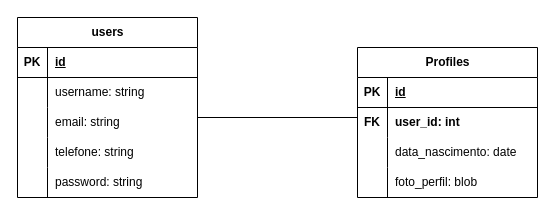
This is DiagramaDB.drawio from manuely32/Diagramas, a draw.io file, before an edit. Source tidied: cells renumbered, new cells numbered last; positions are measured from the earlier drawing's top-left corner, leaving out a move shared by most shapes. Both pictures are drawn from the tidied source at 100%, with x=0, y=0 at pixel (17, 17).
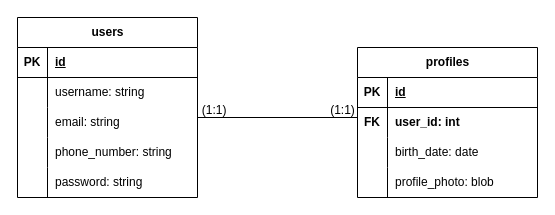
Above is the later version.

Unchanged cells that the change refers to:
```xml
<mxCell id="12" style="shape=tableRow;horizontal=0;startSize=0;swimlaneHead=0;swimlaneBody=0;fillColor=none;top=0;left=0;right=0;bottom=0;" parent="2" vertex="1">
  <mxGeometry y="120" width="180" height="30" as="geometry" />
</mxCell>
<mxCell id="25" style="shape=tableRow;horizontal=0;startSize=0;swimlaneHead=0;swimlaneBody=0;fillColor=none;top=0;left=0;right=0;bottom=0;" parent="18" vertex="1">
  <mxGeometry y="90" width="180" height="30" as="geometry" />
</mxCell>
<mxCell id="28" style="shape=tableRow;horizontal=0;startSize=0;swimlaneHead=0;swimlaneBody=0;fillColor=none;top=0;left=0;right=0;bottom=0;" parent="18" vertex="1">
  <mxGeometry y="120" width="180" height="30" as="geometry" />
</mxCell>
```

Diff of the diagram source:
```diff
@@
-    <mxCell id="14" value="telefone: string" style="shape=partialRectangle;fillColor=none;top=0;left=0;bottom=0;right=0;align=left;spacingLeft=6;overflow=hidden;whiteSpace=wrap;html=1;" parent="12" vertex="1">
+    <mxCell id="14" value="phone_number: string" style="shape=partialRectangle;fillColor=none;top=0;left=0;bottom=0;right=0;align=left;spacingLeft=6;overflow=hidden;whiteSpace=wrap;html=1;" parent="12" vertex="1">
       <mxGeometry x="30" width="150" height="30" as="geometry" />
     </mxCell>
@@
-    <mxCell id="18" value="Profiles" style="shape=table;startSize=30;childLayout=tableLayout;rowLines=0;fontStyle=1;align=center;html=1;" parent="1" vertex="1">
+    <mxCell id="18" value="profiles" style="shape=table;startSize=30;childLayout=tableLayout;rowLines=0;fontStyle=1;align=center;html=1;" parent="1" vertex="1">
       <mxGeometry x="340" y="30" width="180" height="150" as="geometry" />
     </mxCell>
@@
-    <mxCell id="27" value="data_nascimento: date" style="shape=partialRectangle;fillColor=none;top=0;left=0;bottom=0;right=0;align=left;spacingLeft=6;overflow=hidden;whiteSpace=wrap;html=1;" parent="25" vertex="1">
+    <mxCell id="27" value="birth_date: date" style="shape=partialRectangle;fillColor=none;top=0;left=0;bottom=0;right=0;align=left;spacingLeft=6;overflow=hidden;whiteSpace=wrap;html=1;" parent="25" vertex="1">
       <mxGeometry x="30" width="150" height="30" as="geometry" />
     </mxCell>
@@
-    <mxCell id="30" value="foto_perfil: blob" style="shape=partialRectangle;fillColor=none;top=0;left=0;bottom=0;right=0;align=left;spacingLeft=6;overflow=hidden;whiteSpace=wrap;html=1;" parent="28" vertex="1">
+    <mxCell id="30" value="profile_photo: blob" style="shape=partialRectangle;fillColor=none;top=0;left=0;bottom=0;right=0;align=left;spacingLeft=6;overflow=hidden;whiteSpace=wrap;html=1;" parent="28" vertex="1">
       <mxGeometry x="30" width="150" height="30" as="geometry" />
     </mxCell>
@@
+    <mxCell id="32" value="&amp;nbsp; &amp;nbsp; (1:1)" style="text;html=1;align=center;verticalAlign=middle;strokeColor=none;fillColor=none;" parent="1" vertex="1">
+      <mxGeometry x="160" y="78" width="60" height="30" as="geometry" />
+    </mxCell>
+    <mxCell id="33" value="&amp;nbsp; &amp;nbsp;(1:1)" style="text;html=1;align=center;verticalAlign=middle;strokeColor=none;fillColor=none;" parent="1" vertex="1">
+      <mxGeometry x="290" y="78" width="60" height="30" as="geometry" />
+    </mxCell>
```
